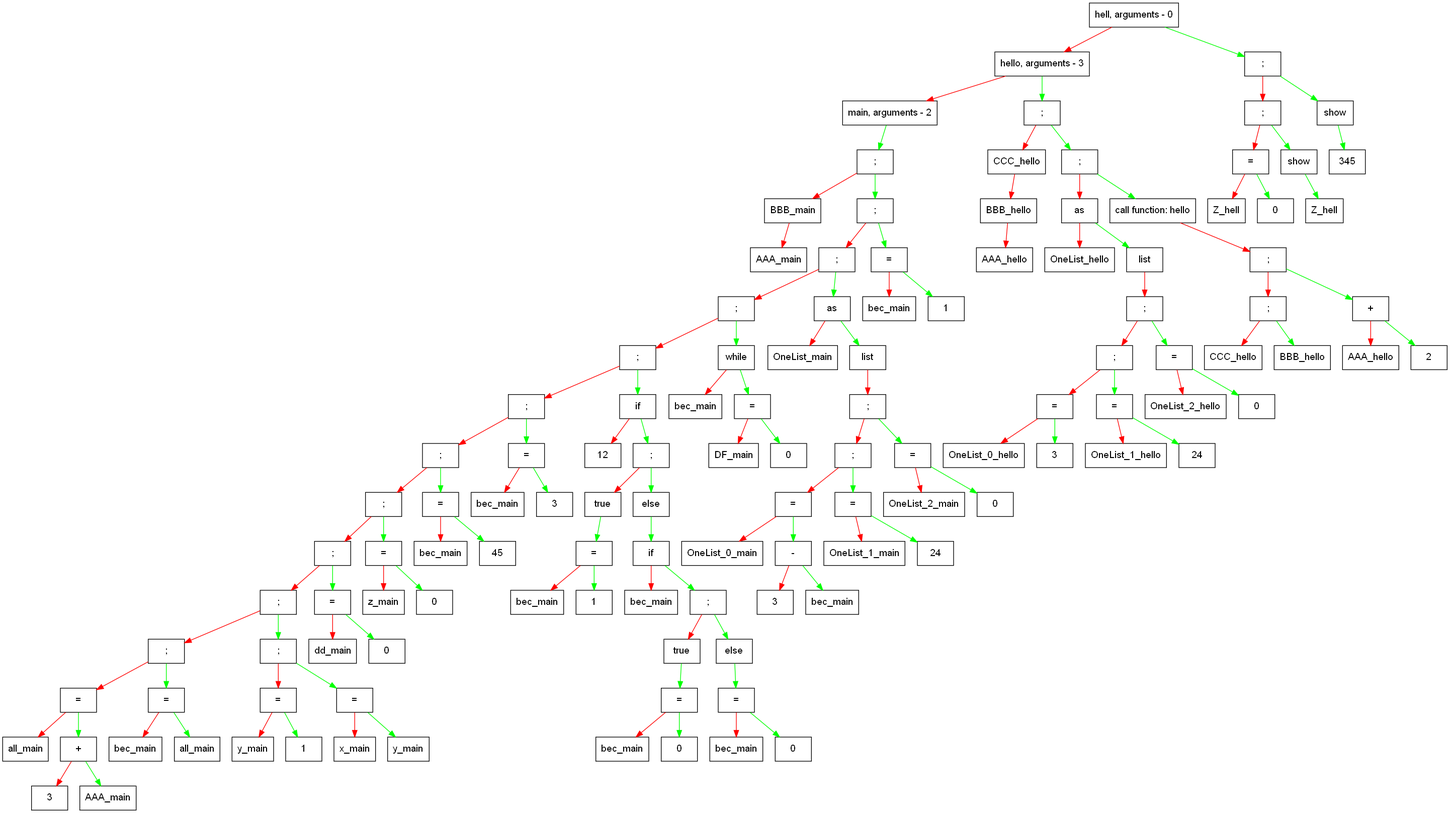
The Graphviz diagram dump.png in Naminar/Language, before a commit. Its source is kept beside it as dump.dot.
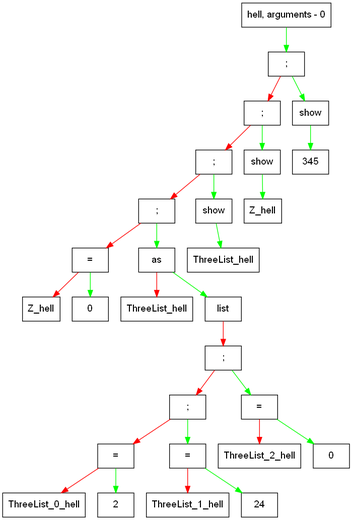
The same diagram one commit later.

What changed in the source:
```diff
@@ -1,246 +1,58 @@
 digraph G{
  size="100" node [shape = record, fontname = Arial];
-    elem000001af61dcb530[label = " { hell, arguments - 0} "];
+    elem0000027a0cee1640[label = " {hell, arguments - 0 } "];
+edge [color = green];
+elem0000027a0cee1640 -> elem0000027a0cee5c60;elem0000027a0cee5c60[label = " {; } "];
 edge [color = red];
-elem000001af61dcb530 -> elem000001af61dcb1b0;edge [color = green];
-elem000001af61dcb530 -> elem000001af61dcae30;elem000001af61dcb1b0[label = " { hello, arguments - 3} "];
+elem0000027a0cee5c60 -> elem0000027a0cee6760;edge [color = green];
+elem0000027a0cee5c60 -> elem0000027a0cee79a0;elem0000027a0cee6760[label = " {; } "];
 edge [color = red];
-elem000001af61dcb1b0 -> elem000001af61dc1640;edge [color = green];
-elem000001af61dcb1b0 -> elem000001af61dc9880;elem000001af61dc1640[label = " { main, arguments - 2} "];
+elem0000027a0cee6760 -> elem0000027a0cee5960;edge [color = green];
+elem0000027a0cee6760 -> elem0000027a0cee7860;elem0000027a0cee5960[label = " {; } "];
+edge [color = red];
+elem0000027a0cee5960 -> elem0000027a0cee65e0;edge [color = green];
+elem0000027a0cee5960 -> elem0000027a0cee7a20;elem0000027a0cee65e0[label = " {; } "];
+edge [color = red];
+elem0000027a0cee65e0 -> elem0000027a0cee7760;edge [color = green];
+elem0000027a0cee65e0 -> elem0000027a0cee6a30;elem0000027a0cee7760[label = " {= } "];
+edge [color = red];
+elem0000027a0cee7760 -> elem0000027a0cee6810;edge [color = green];
+elem0000027a0cee7760 -> elem0000027a0cee76e0;elem0000027a0cee6810[label = " {Z_hell } "];
+elem0000027a0cee76e0[label = " {0 } "];
+elem0000027a0cee6a30[label = " {as } "];
+edge [color = red];
+elem0000027a0cee6a30 -> elem0000027a0cee69a0;edge [color = green];
+elem0000027a0cee6a30 -> elem0000027a0cee6b50;elem0000027a0cee69a0[label = " {ThreeList_hell } "];
+elem0000027a0cee6b50[label = " {list } "];
+edge [color = red];
+elem0000027a0cee6b50 -> elem0000027a0cee64e0;elem0000027a0cee64e0[label = " {; } "];
+edge [color = red];
+elem0000027a0cee64e0 -> elem0000027a0cee7ae0;edge [color = green];
+elem0000027a0cee64e0 -> elem0000027a0cee5a60;elem0000027a0cee7ae0[label = " {; } "];
+edge [color = red];
+elem0000027a0cee7ae0 -> elem0000027a0cee7aa0;edge [color = green];
+elem0000027a0cee7ae0 -> elem0000027a0cee6020;elem0000027a0cee7aa0[label = " {= } "];
+edge [color = red];
+elem0000027a0cee7aa0 -> elem0000027a0cee7ba0;edge [color = green];
+elem0000027a0cee7aa0 -> elem0000027a0cee7c20;elem0000027a0cee7ba0[label = " {ThreeList_0_hell } "];
+elem0000027a0cee7c20[label = " {2 } "];
+elem0000027a0cee6020[label = " {= } "];
+edge [color = red];
+elem0000027a0cee6020 -> elem0000027a0cee7b20;edge [color = green];
+elem0000027a0cee6020 -> elem0000027a0cee7720;elem0000027a0cee7b20[label = " {ThreeList_1_hell } "];
+elem0000027a0cee7720[label = " {24 } "];
+elem0000027a0cee5a60[label = " {= } "];
+edge [color = red];
+elem0000027a0cee5a60 -> elem0000027a0cee6060;edge [color = green];
+elem0000027a0cee5a60 -> elem0000027a0cee66a0;elem0000027a0cee6060[label = " {ThreeList_2_hell } "];
+elem0000027a0cee66a0[label = " {0 } "];
+elem0000027a0cee7a20[label = " {show } "];
 edge [color = green];
-elem000001af61dc1640 -> elem000001af61dcd430;elem000001af61dcd430[label = " { ; } "];
-edge [color = red];
-elem000001af61dcd430 -> elem000001af61dc17f0;edge [color = green];
-elem000001af61dcd430 -> elem000001af61dc9300;elem000001af61dc17f0[label = " {BBB_main} "];
-edge [color = red];
-elem000001af61dc17f0 -> elem000001af61dc1760;elem000001af61dc1760[label = " {AAA_main} "];
-elem000001af61dc9300[label = " { ; } "];
-edge [color = red];
-elem000001af61dc9300 -> elem000001af61dc93c0;edge [color = green];
-elem000001af61dc9300 -> elem000001af61dcb030;elem000001af61dc93c0[label = " { ; } "];
-edge [color = red];
-elem000001af61dc93c0 -> elem000001af61dcd530;edge [color = green];
-elem000001af61dc93c0 -> elem000001af61dc9980;elem000001af61dcd530[label = " { ; } "];
-edge [color = red];
-elem000001af61dcd530 -> elem000001af61dcd8f0;edge [color = green];
-elem000001af61dcd530 -> elem000001af61dc9740;elem000001af61dcd8f0[label = " { ; } "];
-edge [color = red];
-elem000001af61dcd8f0 -> elem000001af61dcd6b0;edge [color = green];
-elem000001af61dcd8f0 -> elem000001af61dc91c0;elem000001af61dcd6b0[label = " { ; } "];
-edge [color = red];
-elem000001af61dcd6b0 -> elem000001af61dcd1b0;edge [color = green];
-elem000001af61dcd6b0 -> elem000001af61dc79a0;elem000001af61dcd1b0[label = " { ; } "];
-edge [color = red];
-elem000001af61dcd1b0 -> elem000001af61dcdaf0;edge [color = green];
-elem000001af61dcd1b0 -> elem000001af61dc7b20;elem000001af61dcdaf0[label = " { ; } "];
-edge [color = red];
-elem000001af61dcdaf0 -> elem000001af61dcd330;edge [color = green];
-elem000001af61dcdaf0 -> elem000001af61dcce30;elem000001af61dcd330[label = " { ; } "];
-edge [color = red];
-elem000001af61dcd330 -> elem000001af61dccdb0;edge [color = green];
-elem000001af61dcd330 -> elem000001af61dcd2f0;elem000001af61dccdb0[label = " { ; } "];
-edge [color = red];
-elem000001af61dccdb0 -> elem000001af61dcd930;edge [color = green];
-elem000001af61dccdb0 -> elem000001af61dcd870;elem000001af61dcd930[label = " { ; } "];
-edge [color = red];
-elem000001af61dcd930 -> elem000001af61dc6ac0;edge [color = green];
-elem000001af61dcd930 -> elem000001af61dc69a0;elem000001af61dc6ac0[label = " { = } "];
-edge [color = red];
-elem000001af61dc6ac0 -> elem000001af61dc6a30;edge [color = green];
-elem000001af61dc6ac0 -> elem000001af61dc77e0;elem000001af61dc6a30[label = " {all_main} "];
-elem000001af61dc77e0[label = " { + } "];
-edge [color = red];
-elem000001af61dc77e0 -> elem000001af61dc7450;edge [color = green];
-elem000001af61dc77e0 -> elem000001af61dc7ba0;elem000001af61dc7450[label = " {3} "];
-elem000001af61dc7ba0[label = " {AAA_main} "];
-elem000001af61dc69a0[label = " { = } "];
-edge [color = red];
-elem000001af61dc69a0 -> elem000001af61dc6910;edge [color = green];
-elem000001af61dc69a0 -> elem000001af61dcd830;elem000001af61dc6910[label = " {bec_main} "];
-elem000001af61dcd830[label = " {all_main} "];
-elem000001af61dcd870[label = " { ; } "];
-edge [color = red];
-elem000001af61dcd870 -> elem000001af61dc7b60;edge [color = green];
-elem000001af61dcd870 -> elem000001af61dc76e0;elem000001af61dc7b60[label = " { = } "];
-edge [color = red];
-elem000001af61dc7b60 -> elem000001af61dc7be0;edge [color = green];
-elem000001af61dc7b60 -> elem000001af61dc7c60;elem000001af61dc7be0[label = " {y_main} "];
-elem000001af61dc7c60[label = " {1} "];
-elem000001af61dc76e0[label = " { = } "];
-edge [color = red];
-elem000001af61dc76e0 -> elem000001af61dc7820;edge [color = green];
-elem000001af61dc76e0 -> elem000001af61dcd7f0;elem000001af61dc7820[label = " {x_main} "];
-elem000001af61dcd7f0[label = " {y_main} "];
-elem000001af61dcd2f0[label = " { = } "];
-edge [color = red];
-elem000001af61dcd2f0 -> elem000001af61dc7ca0;edge [color = green];
-elem000001af61dcd2f0 -> elem000001af61dcd9f0;elem000001af61dc7ca0[label = " {dd_main} "];
-elem000001af61dcd9f0[label = " {0} "];
-elem000001af61dcce30[label = " { = } "];
-edge [color = red];
-elem000001af61dcce30 -> elem000001af61dc75a0;edge [color = green];
-elem000001af61dcce30 -> elem000001af61dcd370;elem000001af61dc75a0[label = " {z_main} "];
-elem000001af61dcd370[label = " {0} "];
-elem000001af61dc7b20[label = " { = } "];
-edge [color = red];
-elem000001af61dc7b20 -> elem000001af61dc75e0;edge [color = green];
-elem000001af61dc7b20 -> elem000001af61dc7ae0;elem000001af61dc75e0[label = " {bec_main} "];
-elem000001af61dc7ae0[label = " {45} "];
-elem000001af61dc79a0[label = " { = } "];
-edge [color = red];
-elem000001af61dc79a0 -> elem000001af61dc7a20;edge [color = green];
-elem000001af61dc79a0 -> elem000001af61dc9680;elem000001af61dc7a20[label = " {bec_main} "];
-elem000001af61dc9680[label = " {3} "];
-elem000001af61dc91c0[label = " {if} "];
-edge [color = red];
-elem000001af61dc91c0 -> elem000001af61dc8ec0;edge [color = green];
-elem000001af61dc91c0 -> elem000001af61dcd6f0;elem000001af61dc8ec0[label = " {12} "];
-elem000001af61dcd6f0[label = " { ; } "];
-edge [color = red];
-elem000001af61dcd6f0 -> elem000001af61dc9100;edge [color = green];
-elem000001af61dcd6f0 -> elem000001af61dc9600;elem000001af61dc9100[label = " {true} "];
+elem0000027a0cee7a20 -> elem0000027a0cee78e0;elem0000027a0cee78e0[label = " {ThreeList_hell } "];
+elem0000027a0cee7860[label = " {show } "];
 edge [color = green];
-elem000001af61dc9100 -> elem000001af61dc8d40;elem000001af61dc8d40[label = " { = } "];
-edge [color = red];
-elem000001af61dc8d40 -> elem000001af61dc9040;edge [color = green];
-elem000001af61dc8d40 -> elem000001af61dc8f40;elem000001af61dc9040[label = " {bec_main} "];
-elem000001af61dc8f40[label = " {1} "];
-elem000001af61dc9600[label = " {else} "];
+elem0000027a0cee7860 -> elem0000027a0cee7ca0;elem0000027a0cee7ca0[label = " {Z_hell } "];
+elem0000027a0cee79a0[label = " {show } "];
 edge [color = green];
-elem000001af61dc9600 -> elem000001af61dc95c0;elem000001af61dc95c0[label = " {if} "];
-edge [color = red];
-elem000001af61dc95c0 -> elem000001af61dc9640;edge [color = green];
-elem000001af61dc95c0 -> elem000001af61dcd470;elem000001af61dc9640[label = " {bec_main} "];
-elem000001af61dcd470[label = " { ; } "];
-edge [color = red];
-elem000001af61dcd470 -> elem000001af61dc9000;edge [color = green];
-elem000001af61dcd470 -> elem000001af61dc9540;elem000001af61dc9000[label = " {true} "];
-edge [color = green];
-elem000001af61dc9000 -> elem000001af61dc9a80;elem000001af61dc9a80[label = " { = } "];
-edge [color = red];
-elem000001af61dc9a80 -> elem000001af61dc9500;edge [color = green];
-elem000001af61dc9a80 -> elem000001af61dc96c0;elem000001af61dc9500[label = " {bec_main} "];
-elem000001af61dc96c0[label = " {0} "];
-elem000001af61dc9540[label = " {else} "];
-edge [color = green];
-elem000001af61dc9540 -> elem000001af61dc9840;elem000001af61dc9840[label = " { = } "];
-edge [color = red];
-elem000001af61dc9840 -> elem000001af61dc8fc0;edge [color = green];
-elem000001af61dc9840 -> elem000001af61dc9240;elem000001af61dc8fc0[label = " {bec_main} "];
-elem000001af61dc9240[label = " {0} "];
-elem000001af61dc9740[label = " {while} "];
-edge [color = red];
-elem000001af61dc9740 -> elem000001af61dc9380;edge [color = green];
-elem000001af61dc9740 -> elem000001af61dcd4f0;elem000001af61dc9380[label = " {bec_main} "];
-elem000001af61dcd4f0[label = " { = } "];
-edge [color = red];
-elem000001af61dcd4f0 -> elem000001af61dc9440;edge [color = green];
-elem000001af61dcd4f0 -> elem000001af61dcd4b0;elem000001af61dc9440[label = " {DF_main} "];
-elem000001af61dcd4b0[label = " {0} "];
-elem000001af61dc9980[label = " {as} "];
-edge [color = red];
-elem000001af61dc9980 -> elem000001af61dc9940;edge [color = green];
-elem000001af61dc9980 -> elem000001af61dc99c0;elem000001af61dc9940[label = " {OneList_main} "];
-elem000001af61dc99c0[label = " {list} "];
-edge [color = red];
-elem000001af61dc99c0 -> elem000001af61dccf70;elem000001af61dccf70[label = " { ; } "];
-edge [color = red];
-elem000001af61dccf70 -> elem000001af61dccef0;edge [color = green];
-elem000001af61dccf70 -> elem000001af61dc8f80;elem000001af61dccef0[label = " { ; } "];
-edge [color = red];
-elem000001af61dccef0 -> elem000001af61dcceb0;edge [color = green];
-elem000001af61dccef0 -> elem000001af61dccf30;elem000001af61dcceb0[label = " { = } "];
-edge [color = red];
-elem000001af61dcceb0 -> elem000001af61dcce70;edge [color = green];
-elem000001af61dcceb0 -> elem000001af61dcac30;elem000001af61dcce70[label = " {OneList_0_main} "];
-elem000001af61dcac30[label = " { - } "];
-edge [color = red];
-elem000001af61dcac30 -> elem000001af61dcb730;edge [color = green];
-elem000001af61dcac30 -> elem000001af61dca8b0;elem000001af61dcb730[label = " {3} "];
-elem000001af61dca8b0[label = " {bec_main} "];
-elem000001af61dccf30[label = " { = } "];
-edge [color = red];
-elem000001af61dccf30 -> elem000001af61dcd5b0;edge [color = green];
-elem000001af61dccf30 -> elem000001af61dcb430;elem000001af61dcd5b0[label = " {OneList_1_main} "];
-elem000001af61dcb430[label = " {24} "];
-elem000001af61dc8f80[label = " { = } "];
-edge [color = red];
-elem000001af61dc8f80 -> elem000001af61dc9580;edge [color = green];
-elem000001af61dc8f80 -> elem000001af61dc9140;elem000001af61dc9580[label = " {OneList_2_main} "];
-elem000001af61dc9140[label = " {0} "];
-elem000001af61dcb030[label = " { = } "];
-edge [color = red];
-elem000001af61dcb030 -> elem000001af61dcad30;edge [color = green];
-elem000001af61dcb030 -> elem000001af61dcabf0;elem000001af61dcad30[label = " {bec_main} "];
-elem000001af61dcabf0[label = " {1} "];
-elem000001af61dc9880[label = " { ; } "];
-edge [color = red];
-elem000001af61dc9880 -> elem000001af61dcadb0;edge [color = green];
-elem000001af61dc9880 -> elem000001af61dcaa70;elem000001af61dcadb0[label = " {CCC_hello} "];
-edge [color = red];
-elem000001af61dcadb0 -> elem000001af61dca830;elem000001af61dca830[label = " {BBB_hello} "];
-edge [color = red];
-elem000001af61dca830 -> elem000001af61dcb5f0;elem000001af61dcb5f0[label = " {AAA_hello} "];
-elem000001af61dcaa70[label = " { ; } "];
-edge [color = red];
-elem000001af61dcaa70 -> elem000001af61dcaeb0;edge [color = green];
-elem000001af61dcaa70 -> elem000001af61dcafb0;elem000001af61dcaeb0[label = " {as} "];
-edge [color = red];
-elem000001af61dcaeb0 -> elem000001af61dcb070;edge [color = green];
-elem000001af61dcaeb0 -> elem000001af61dcadf0;elem000001af61dcb070[label = " {OneList_hello} "];
-elem000001af61dcadf0[label = " {list} "];
-edge [color = red];
-elem000001af61dcadf0 -> elem000001af61dc8c40;elem000001af61dc8c40[label = " { ; } "];
-edge [color = red];
-elem000001af61dc8c40 -> elem000001af61dc98c0;edge [color = green];
-elem000001af61dc8c40 -> elem000001af61dc9b00;elem000001af61dc98c0[label = " { ; } "];
-edge [color = red];
-elem000001af61dc98c0 -> elem000001af61dc9ac0;edge [color = green];
-elem000001af61dc98c0 -> elem000001af61dc92c0;elem000001af61dc9ac0[label = " { = } "];
-edge [color = red];
-elem000001af61dc9ac0 -> elem000001af61dc9800;edge [color = green];
-elem000001af61dc9ac0 -> elem000001af61dca970;elem000001af61dc9800[label = " {OneList_0_hello} "];
-elem000001af61dca970[label = " {3} "];
-elem000001af61dc92c0[label = " { = } "];
-edge [color = red];
-elem000001af61dc92c0 -> elem000001af61dc8c80;edge [color = green];
-elem000001af61dc92c0 -> elem000001af61dcaf70;elem000001af61dc8c80[label = " {OneList_1_hello} "];
-elem000001af61dcaf70[label = " {24} "];
-elem000001af61dc9b00[label = " { = } "];
-edge [color = red];
-elem000001af61dc9b00 -> elem000001af61dc90c0;edge [color = green];
-elem000001af61dc9b00 -> elem000001af61dc8e40;elem000001af61dc90c0[label = " {OneList_2_hello} "];
-elem000001af61dc8e40[label = " {0} "];
-elem000001af61dcafb0[label = " {call function: hello} "];
-edge [color = red];
-elem000001af61dcafb0 -> elem000001af61dca9f0;elem000001af61dca9f0[label = " { ; } "];
-edge [color = red];
-elem000001af61dca9f0 -> elem000001af61dcaa30;edge [color = green];
-elem000001af61dca9f0 -> elem000001af61dcb0f0;elem000001af61dcaa30[label = " { ; } "];
-edge [color = red];
-elem000001af61dcaa30 -> elem000001af61dcb1f0;edge [color = green];
-elem000001af61dcaa30 -> elem000001af61dcb2f0;elem000001af61dcb1f0[label = " {CCC_hello} "];
-elem000001af61dcb2f0[label = " {BBB_hello} "];
-elem000001af61dcb0f0[label = " { + } "];
-edge [color = red];
-elem000001af61dcb0f0 -> elem000001af61dcb6b0;edge [color = green];
-elem000001af61dcb0f0 -> elem000001af61dcb4b0;elem000001af61dcb6b0[label = " {AAA_hello} "];
-elem000001af61dcb4b0[label = " {2} "];
-elem000001af61dcae30[label = " { ; } "];
-edge [color = red];
-elem000001af61dcae30 -> elem000001af61dcad70;edge [color = green];
-elem000001af61dcae30 -> elem000001af61dcd1f0;elem000001af61dcad70[label = " { ; } "];
-edge [color = red];
-elem000001af61dcad70 -> elem000001af61dcac70;edge [color = green];
-elem000001af61dcad70 -> elem000001af61dcd2b0;elem000001af61dcac70[label = " { = } "];
-edge [color = red];
-elem000001af61dcac70 -> elem000001af61dcb570;edge [color = green];
-elem000001af61dcac70 -> elem000001af61dcab70;elem000001af61dcb570[label = " {Z_hell} "];
-elem000001af61dcab70[label = " {0} "];
-elem000001af61dcd2b0[label = " {show} "];
-edge [color = green];
-elem000001af61dcd2b0 -> elem000001af61dccd70;elem000001af61dccd70[label = " {Z_hell} "];
-elem000001af61dcd1f0[label = " {show} "];
-edge [color = green];
-elem000001af61dcd1f0 -> elem000001af61dcd030;elem000001af61dcd030[label = " {345} "];
+elem0000027a0cee79a0 -> elem0000027a0cee75a0;elem0000027a0cee75a0[label = " {345 } "];
 }
```
